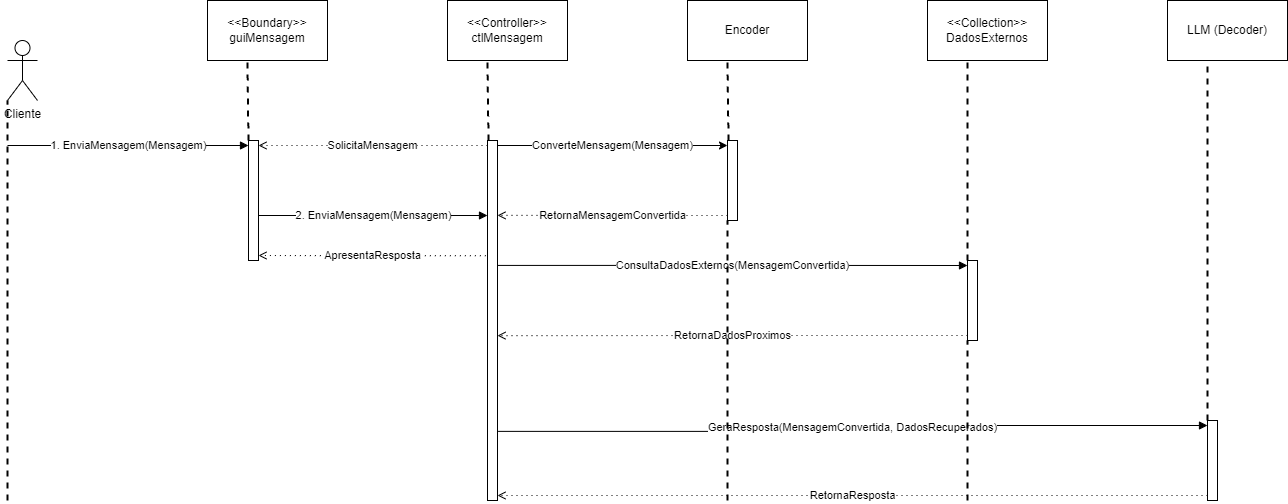
Before: DiagramaSequencia.drawio.png, a diagram exported from draw.io (Cehiim/ProjectTemis). Source tidied: cells renumbered, new cells last; positions are measured from the earlier drawing's top-left corner, leaving out a move shared by most shapes.
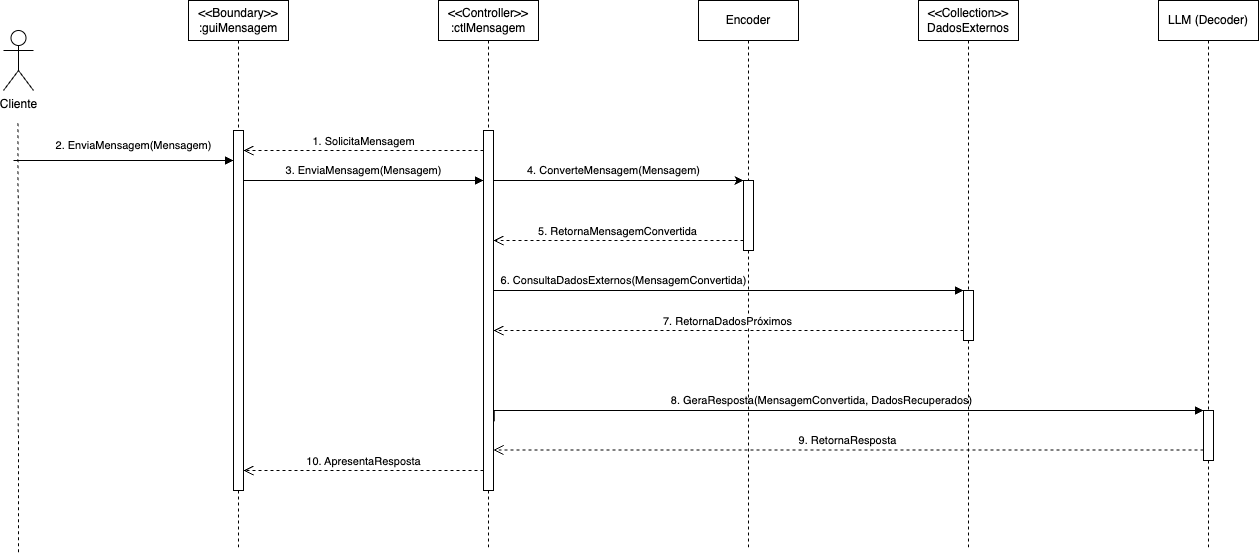
Above is the later version.

Commit message:
corrige diagrama de sequência

What changed in the source:
```diff
@@ -5,110 +5,103 @@
     <mxCell id="2" value="Cliente" style="shape=umlActor;verticalLabelPosition=bottom;verticalAlign=top;html=1;" parent="1" vertex="1">
       <mxGeometry y="40" width="30" height="60" as="geometry" />
     </mxCell>
-    <mxCell id="3" style="endArrow=none;dashed=1;html=1;strokeWidth=2;rounded=0;entryX=0;entryY=1;entryDx=0;entryDy=0;entryPerimeter=0;" parent="1" edge="1" target="2">
-      <mxGeometry relative="1" as="geometry">
-        <mxPoint y="500" as="sourcePoint" />
-      </mxGeometry>
-    </mxCell>
-    <mxCell id="4" value="&amp;lt;&amp;lt;Boundary&amp;gt;&amp;gt;&lt;div&gt;guiMensagem&lt;/div&gt;" style="rounded=0;whiteSpace=wrap;html=1;" parent="1" vertex="1">
-      <mxGeometry x="200" width="120" height="60" as="geometry" />
-    </mxCell>
-    <mxCell id="5" value="1. EnviaMensagem(Mensagem)" style="endArrow=block;html=1;rounded=0;endFill=1;entryX=0;entryY=0;entryDx=0;entryDy=5;entryPerimeter=0;" parent="1" edge="1" target="6">
-      <mxGeometry relative="1" as="geometry">
-        <mxPoint y="145" as="sourcePoint" />
+    <mxCell id="5" value="2. EnviaMensagem(Mensagem)" style="endArrow=block;html=1;rounded=0;endFill=1;entryX=0;entryY=0;entryDx=0;entryDy=5;entryPerimeter=0;" parent="1" edge="1">
+      <mxGeometry x="0.09" y="15" relative="1" as="geometry">
+        <mxPoint x="10" y="170" as="sourcePoint" />
+        <mxPoint x="230" y="170" as="targetPoint" />
       </mxGeometry>
     </mxCell>
+    <mxCell id="10" value="3. EnviaMensagem(Mensagem)" style="endArrow=block;html=1;rounded=0;endFill=1;entryX=0;entryY=0;entryDx=0;entryDy=5;entryPerimeter=0;" parent="1" edge="1">
+      <mxGeometry y="10" relative="1" as="geometry">
+        <mxPoint x="240" y="190" as="sourcePoint" />
+        <mxPoint x="480" y="190" as="targetPoint" />
+      </mxGeometry>
+    </mxCell>
+    <mxCell id="13" value="6. ConsultaDadosExternos(MensagemConvertida)" style="edgeStyle=orthogonalEdgeStyle;rounded=0;jettySize=auto;html=1;curved=0;endArrow=block;endFill=1;" parent="1" edge="1" source="11" target="12">
+      <mxGeometry x="-0.45" y="10" relative="1" as="geometry">
+        <Array as="points">
+          <mxPoint x="780" y="300" />
+          <mxPoint x="780" y="300" />
+        </Array>
+      </mxGeometry>
+    </mxCell>
+    <mxCell id="16" value="8. GeraResposta(MensagemConvertida, DadosRecuperados)" style="edgeStyle=orthogonalEdgeStyle;rounded=0;jettySize=auto;html=1;curved=0;endArrow=block;endFill=1;exitX=1.067;exitY=0.808;exitDx=0;exitDy=0;exitPerimeter=0;" parent="1" edge="1" source="11">
+      <mxGeometry x="-0.06" y="10" relative="1" as="geometry">
+        <mxPoint x="1200" y="420" as="targetPoint" />
+        <Array as="points">
+          <mxPoint x="491" y="420" />
+        </Array>
+      </mxGeometry>
+    </mxCell>
+    <mxCell id="19" value="4. ConverteMensagem(Mensagem)" style="edgeStyle=orthogonalEdgeStyle;rounded=0;jettySize=auto;html=1;curved=0;" parent="1" edge="1" source="11" target="18">
+      <mxGeometry x="-0.04" y="10" relative="1" as="geometry">
+        <Array as="points">
+          <mxPoint x="550" y="190" />
+          <mxPoint x="550" y="190" />
+        </Array>
+      </mxGeometry>
+    </mxCell>
+    <mxCell id="31" value="&amp;lt;&amp;lt;Boundary&amp;gt;&amp;gt;&lt;div&gt;:guiMensagem&lt;/div&gt;" style="shape=umlLifeline;perimeter=lifelinePerimeter;whiteSpace=wrap;html=1;newEdgeStyle={&quot;curved&quot;:0,&quot;rounded&quot;:0};" parent="1" vertex="1">
+      <mxGeometry x="185" y="10" width="100" height="550" as="geometry" />
+    </mxCell>
-    <mxCell id="6" style="html=1;points=[[0,0,0,0,5],[0,1,0,0,-5],[1,0,0,0,5],[1,1,0,0,-5]];perimeter=orthogonalPerimeter;outlineConnect=0;targetShapes=umlLifeline;portConstraint=eastwest;newEdgeStyle={&quot;curved&quot;:0,&quot;rounded&quot;:0};" parent="1" vertex="1">
-      <mxGeometry x="241" y="140" width="10" height="120" as="geometry" />
+    <mxCell id="6" style="html=1;points=[[0,0,0,0,5],[0,1,0,0,-5],[1,0,0,0,5],[1,1,0,0,-5]];perimeter=orthogonalPerimeter;outlineConnect=0;targetShapes=umlLifeline;portConstraint=eastwest;newEdgeStyle={&quot;curved&quot;:0,&quot;rounded&quot;:0};shadow=0;" parent="1" vertex="1">
+      <mxGeometry x="230" y="140" width="10" height="360" as="geometry" />
     </mxCell>
-    <mxCell id="7" value="&amp;lt;&amp;lt;Controller&amp;gt;&amp;gt;&lt;div&gt;ctlMensagem&lt;/div&gt;" style="rounded=0;whiteSpace=wrap;html=1;" parent="1" vertex="1">
-      <mxGeometry x="440" width="120" height="60" as="geometry" />
-    </mxCell>
-    <mxCell id="8" value="&amp;lt;&amp;lt;Collection&amp;gt;&amp;gt;&lt;div&gt;DadosExternos&lt;/div&gt;" style="rounded=0;whiteSpace=wrap;html=1;" parent="1" vertex="1">
-      <mxGeometry x="920" width="120" height="60" as="geometry" />
-    </mxCell>
-    <mxCell id="9" value="LLM (Decoder)" style="rounded=0;whiteSpace=wrap;html=1;" parent="1" vertex="1">
-      <mxGeometry x="1160" width="120" height="60" as="geometry" />
-    </mxCell>
-    <mxCell id="10" value="2. EnviaMensagem(Mensagem)" style="endArrow=block;html=1;rounded=0;endFill=1;entryX=0;entryY=0;entryDx=0;entryDy=5;entryPerimeter=0;exitX=1;exitY=0;exitDx=0;exitDy=5;exitPerimeter=0;" parent="1" edge="1">
-      <mxGeometry relative="1" as="geometry">
-        <mxPoint x="251" y="215" as="sourcePoint" />
-        <mxPoint x="480" y="215" as="targetPoint" />
-      </mxGeometry>
-    </mxCell>
+    <mxCell id="32" style="endArrow=none;dashed=1;html=1;rounded=0;" parent="1" edge="1">
+      <mxGeometry relative="1" as="geometry">
+        <mxPoint x="15" y="561.8" as="sourcePoint" />
+        <mxPoint x="14.6" y="130" as="targetPoint" />
+      </mxGeometry>
+    </mxCell>
+    <mxCell id="33" value="&amp;lt;&amp;lt;Controller&amp;gt;&amp;gt;&lt;div&gt;:ctlMensagem&lt;/div&gt;" style="shape=umlLifeline;perimeter=lifelinePerimeter;whiteSpace=wrap;html=1;newEdgeStyle={&quot;curved&quot;:0,&quot;rounded&quot;:0};" parent="1" vertex="1">
+      <mxGeometry x="435" y="10" width="100" height="550" as="geometry" />
+    </mxCell>
     <mxCell id="11" style="html=1;points=[[0,0,0,0,5],[0,1,0,0,-5],[1,0,0,0,5],[1,1,0,0,-5]];perimeter=orthogonalPerimeter;outlineConnect=0;targetShapes=umlLifeline;portConstraint=eastwest;newEdgeStyle={&quot;curved&quot;:0,&quot;rounded&quot;:0};" parent="1" vertex="1">
       <mxGeometry x="480" y="140" width="10" height="360" as="geometry" />
     </mxCell>
-    <mxCell id="12" style="html=1;points=[[0,0,0,0,5],[0,1,0,0,-5],[1,0,0,0,5],[1,1,0,0,-5]];perimeter=orthogonalPerimeter;outlineConnect=0;targetShapes=umlLifeline;portConstraint=eastwest;newEdgeStyle={&quot;curved&quot;:0,&quot;rounded&quot;:0};" parent="1" vertex="1">
-      <mxGeometry x="960" y="260" width="10" height="80" as="geometry" />
-    </mxCell>
-    <mxCell id="13" value="ConsultaDadosExternos(MensagemConvertida)" style="edgeStyle=orthogonalEdgeStyle;rounded=0;jettySize=auto;html=1;curved=0;entryX=0;entryY=0;entryDx=0;entryDy=5;entryPerimeter=0;endArrow=block;endFill=1;exitX=1;exitY=0.347;exitDx=0;exitDy=0;exitPerimeter=0;" parent="1" edge="1" source="11" target="12">
-      <mxGeometry relative="1" as="geometry" />
-    </mxCell>
-    <mxCell id="14" value="RetornaDadosProximos" style="edgeStyle=orthogonalEdgeStyle;rounded=0;jettySize=auto;html=1;curved=0;exitX=0;exitY=1;exitDx=0;exitDy=-5;exitPerimeter=0;endArrow=open;endFill=0;dashed=1;dashPattern=1 4;entryX=1;entryY=0.542;entryDx=0;entryDy=0;entryPerimeter=0;" parent="1" edge="1" source="12" target="11">
-      <mxGeometry relative="1" as="geometry" />
-    </mxCell>
-    <mxCell id="15" style="html=1;points=[[0,0,0,0,5],[0,1,0,0,-5],[1,0,0,0,5],[1,1,0,0,-5]];perimeter=orthogonalPerimeter;outlineConnect=0;targetShapes=umlLifeline;portConstraint=eastwest;newEdgeStyle={&quot;curved&quot;:0,&quot;rounded&quot;:0};" parent="1" vertex="1">
-      <mxGeometry x="1200" y="420" width="10" height="80" as="geometry" />
-    </mxCell>
-    <mxCell id="16" value="GeraResposta(MensagemConvertida, DadosRecuperados)" style="edgeStyle=orthogonalEdgeStyle;rounded=0;jettySize=auto;html=1;curved=0;entryX=0;entryY=0;entryDx=0;entryDy=5;entryPerimeter=0;endArrow=block;endFill=1;exitX=1.067;exitY=0.808;exitDx=0;exitDy=0;exitPerimeter=0;" parent="1" edge="1" source="11" target="15">
-      <mxGeometry relative="1" as="geometry" />
-    </mxCell>
+    <mxCell id="34" value="1. SolicitaMensagem" style="html=1;verticalAlign=bottom;endArrow=open;dashed=1;endSize=8;curved=0;rounded=0;" parent="1" edge="1">
+      <mxGeometry relative="1" as="geometry">
+        <mxPoint x="480" y="160" as="sourcePoint" />
+        <mxPoint x="240" y="160" as="targetPoint" />
+      </mxGeometry>
+    </mxCell>
+    <mxCell id="35" value="5. RetornaMensagemConvertida" style="html=1;verticalAlign=bottom;endArrow=open;dashed=1;endSize=8;curved=0;rounded=0;" parent="1" edge="1" source="18">
+      <mxGeometry relative="1" as="geometry">
+        <mxPoint x="490" y="250" as="targetPoint" />
+      </mxGeometry>
+    </mxCell>
-    <mxCell id="17" value="Encoder" style="rounded=0;whiteSpace=wrap;html=1;" parent="1" vertex="1">
-      <mxGeometry x="680" width="120" height="60" as="geometry" />
+    <mxCell id="17" value="Encoder" style="shape=umlLifeline;perimeter=lifelinePerimeter;whiteSpace=wrap;html=1;newEdgeStyle={&quot;curved&quot;:0,&quot;rounded&quot;:0};" parent="1" vertex="1">
+      <mxGeometry x="695" y="10" width="100" height="550" as="geometry" />
     </mxCell>
-    <mxCell id="18" style="html=1;points=[[0,0,0,0,5],[0,1,0,0,-5],[1,0,0,0,5],[1,1,0,0,-5]];perimeter=orthogonalPerimeter;outlineConnect=0;targetShapes=umlLifeline;portConstraint=eastwest;newEdgeStyle={&quot;curved&quot;:0,&quot;rounded&quot;:0};" parent="1" vertex="1">
-      <mxGeometry x="720" y="140" width="10" height="80" as="geometry" />
+    <mxCell id="18" style="html=1;points=[[0,0,0,0,5],[0,1,0,0,-5],[1,0,0,0,5],[1,1,0,0,-5]];perimeter=orthogonalPerimeter;outlineConnect=0;targetShapes=umlLifeline;portConstraint=eastwest;newEdgeStyle={&quot;curved&quot;:0,&quot;rounded&quot;:0};" parent="17" vertex="1">
+      <mxGeometry x="45" y="180" width="10" height="70" as="geometry" />
     </mxCell>
-    <mxCell id="19" value="ConverteMensagem(Mensagem)" style="edgeStyle=orthogonalEdgeStyle;rounded=0;jettySize=auto;html=1;curved=0;exitX=1;exitY=0;exitDx=0;exitDy=5;exitPerimeter=0;entryX=0;entryY=0;entryDx=0;entryDy=5;entryPerimeter=0;" parent="1" edge="1" source="11" target="18">
-      <mxGeometry relative="1" as="geometry" />
-    </mxCell>
-    <mxCell id="20" value="RetornaMensagemConvertida" style="edgeStyle=orthogonalEdgeStyle;rounded=0;jettySize=auto;html=1;curved=0;exitX=0;exitY=1;exitDx=0;exitDy=-5;exitPerimeter=0;endArrow=open;endFill=0;dashed=1;dashPattern=1 4;entryX=1;entryY=0.208;entryDx=0;entryDy=0;entryPerimeter=0;" parent="1" edge="1" source="18" target="11">
-      <mxGeometry relative="1" as="geometry" />
-    </mxCell>
-    <mxCell id="21" style="endArrow=none;dashed=1;html=1;strokeWidth=2;rounded=0;entryX=0.333;entryY=1;entryDx=0;entryDy=0;entryPerimeter=0;" parent="1" edge="1" source="6" target="4">
-      <mxGeometry relative="1" as="geometry" />
-    </mxCell>
-    <mxCell id="22" style="endArrow=none;dashed=1;html=1;strokeWidth=2;rounded=0;entryX=0.333;entryY=1;entryDx=0;entryDy=0;entryPerimeter=0;" parent="1" edge="1">
-      <mxGeometry relative="1" as="geometry">
-        <mxPoint x="481" y="140" as="sourcePoint" />
-        <mxPoint x="480" y="60" as="targetPoint" />
-      </mxGeometry>
-    </mxCell>
-    <mxCell id="23" style="endArrow=none;dashed=1;html=1;strokeWidth=2;rounded=0;entryX=0.333;entryY=1;entryDx=0;entryDy=0;entryPerimeter=0;" parent="1" edge="1">
-      <mxGeometry relative="1" as="geometry">
-        <mxPoint x="721" y="140" as="sourcePoint" />
-        <mxPoint x="720" y="60" as="targetPoint" />
-      </mxGeometry>
-    </mxCell>
-    <mxCell id="24" style="endArrow=none;dashed=1;html=1;strokeWidth=2;rounded=0;entryX=0.333;entryY=1;entryDx=0;entryDy=0;entryPerimeter=0;" parent="1" edge="1" source="12">
-      <mxGeometry relative="1" as="geometry">
-        <mxPoint x="960" y="60" as="targetPoint" />
-      </mxGeometry>
-    </mxCell>
-    <mxCell id="25" style="endArrow=none;dashed=1;html=1;strokeWidth=2;rounded=0;entryX=0.333;entryY=1;entryDx=0;entryDy=0;entryPerimeter=0;" parent="1" edge="1" source="15" target="9">
-      <mxGeometry relative="1" as="geometry" />
-    </mxCell>
-    <mxCell id="26" value="RetornaResposta" style="edgeStyle=orthogonalEdgeStyle;rounded=0;jettySize=auto;html=1;curved=0;exitX=0;exitY=1;exitDx=0;exitDy=-5;exitPerimeter=0;endArrow=open;endFill=0;dashed=1;dashPattern=1 4;entryX=1;entryY=1;entryDx=0;entryDy=-5;entryPerimeter=0;" parent="1" edge="1" source="15" target="11">
-      <mxGeometry relative="1" as="geometry" />
-    </mxCell>
-    <mxCell id="27" style="endArrow=none;dashed=1;html=1;strokeWidth=2;rounded=0;entryX=0.333;entryY=1;entryDx=0;entryDy=0;entryPerimeter=0;" parent="1" edge="1">
-      <mxGeometry relative="1" as="geometry">
-        <mxPoint x="720" y="500" as="sourcePoint" />
-        <mxPoint x="720" y="220" as="targetPoint" />
-      </mxGeometry>
-    </mxCell>
-    <mxCell id="28" style="endArrow=none;dashed=1;html=1;strokeWidth=2;rounded=0;entryX=0.333;entryY=1;entryDx=0;entryDy=0;entryPerimeter=0;" parent="1" edge="1">
-      <mxGeometry relative="1" as="geometry">
-        <mxPoint x="960" y="500" as="sourcePoint" />
-        <mxPoint x="960" y="340" as="targetPoint" />
-      </mxGeometry>
-    </mxCell>
-    <mxCell id="29" value="ApresentaResposta" style="edgeStyle=orthogonalEdgeStyle;rounded=0;jettySize=auto;html=1;curved=0;endArrow=open;endFill=0;dashed=1;dashPattern=1 4;entryX=1;entryY=1;entryDx=0;entryDy=-5;entryPerimeter=0;exitX=-0.16;exitY=0.32;exitDx=0;exitDy=0;exitPerimeter=0;" parent="1" edge="1" source="11" target="6">
-      <mxGeometry relative="1" as="geometry" />
-    </mxCell>
-    <mxCell id="30" value="SolicitaMensagem" style="edgeStyle=orthogonalEdgeStyle;rounded=0;jettySize=auto;html=1;curved=0;endArrow=open;endFill=0;entryX=1;entryY=0;entryDx=0;entryDy=5;entryPerimeter=0;exitX=0;exitY=0;exitDx=0;exitDy=5;exitPerimeter=0;dashed=1;dashPattern=1 4;" parent="1" edge="1" source="11" target="6">
-      <mxGeometry relative="1" as="geometry" />
-    </mxCell>
+    <mxCell id="36" value="10. ApresentaResposta" style="html=1;verticalAlign=bottom;endArrow=open;dashed=1;endSize=8;curved=0;rounded=0;" parent="1" edge="1" target="6">
+      <mxGeometry relative="1" as="geometry">
+        <mxPoint x="480" y="480" as="sourcePoint" />
+      </mxGeometry>
+    </mxCell>
+    <mxCell id="8" value="&amp;lt;&amp;lt;Collection&amp;gt;&amp;gt;&lt;div&gt;DadosExternos&lt;/div&gt;" style="shape=umlLifeline;perimeter=lifelinePerimeter;whiteSpace=wrap;html=1;newEdgeStyle={&quot;curved&quot;:0,&quot;rounded&quot;:0};" parent="1" vertex="1">
+      <mxGeometry x="915" y="10" width="100" height="550" as="geometry" />
+    </mxCell>
+    <mxCell id="12" style="html=1;points=[[0,0,0,0,5],[0,1,0,0,-5],[1,0,0,0,5],[1,1,0,0,-5]];perimeter=orthogonalPerimeter;outlineConnect=0;targetShapes=umlLifeline;portConstraint=eastwest;newEdgeStyle={&quot;curved&quot;:0,&quot;rounded&quot;:0};" parent="8" vertex="1">
+      <mxGeometry x="45" y="290" width="10" height="50" as="geometry" />
+    </mxCell>
+    <mxCell id="37" value="7. RetornaDadosPróximos" style="html=1;verticalAlign=bottom;endArrow=open;dashed=1;endSize=8;curved=0;rounded=0;" parent="1" edge="1" target="11">
+      <mxGeometry relative="1" as="geometry">
+        <mxPoint x="960" y="340" as="sourcePoint" />
+      </mxGeometry>
+    </mxCell>
+    <mxCell id="9" value="LLM (Decoder)" style="shape=umlLifeline;perimeter=lifelinePerimeter;whiteSpace=wrap;html=1;outlineConnect=0;portConstraint=eastwest;newEdgeStyle={&quot;curved&quot;:0,&quot;rounded&quot;:0};" parent="1" vertex="1">
+      <mxGeometry x="1155" y="10" width="100" height="550" as="geometry" />
+    </mxCell>
+    <mxCell id="15" style="html=1;points=[[0,0,0,0,5],[0,1,0,0,-5],[1,0,0,0,5],[1,1,0,0,-5]];perimeter=orthogonalPerimeter;outlineConnect=0;targetShapes=umlLifeline;portConstraint=eastwest;newEdgeStyle={&quot;curved&quot;:0,&quot;rounded&quot;:0};" parent="1" vertex="1">
+      <mxGeometry x="1200" y="420" width="10" height="50" as="geometry" />
+    </mxCell>
+    <mxCell id="38" value="9. RetornaResposta" style="html=1;verticalAlign=bottom;endArrow=open;dashed=1;endSize=8;curved=0;rounded=0;" parent="1" edge="1" target="11">
+      <mxGeometry relative="1" as="geometry">
+        <mxPoint x="1200" y="459.4" as="sourcePoint" />
+      </mxGeometry>
+    </mxCell>
   </root>
 </mxGraphModel>
```
